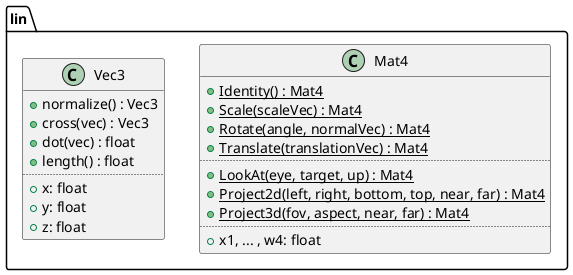
The PlantUML diagram design/math.png in ba6er/marblemaze, before a commit.
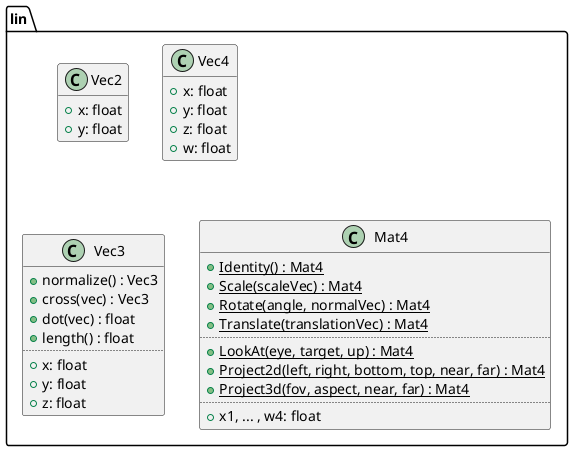
Later version of the same file.

The edit, as a diff of the source:
```diff
@@ -1,5 +1,19 @@
 @startuml
 set separator ::
+
+class lin::Vec2 {
+	+x: float
+	+y: float
+}
+hide Vec2 methods
+
+class lin::Vec4 {
+	+x: float
+	+y: float
+	+z: float
+	+w: float
+}
+hide Vec4 methods
 
 class lin::Vec3 {
 	+normalize() : Vec3
```
